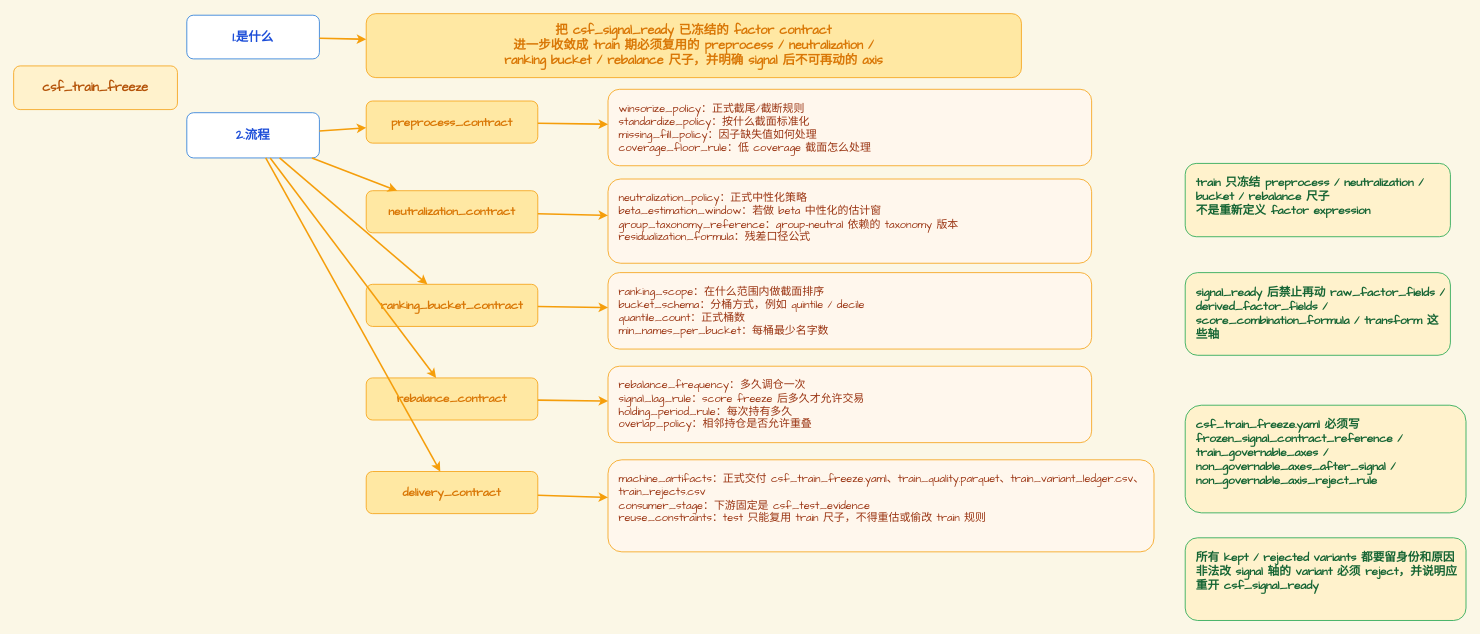
The draw.io diagram page "csf_train_freeze" (4 of 7) of docs/show/csf/image/01-02-idea-mandate-contracts.drawio in web3qt/quant-research-os, before the edit. Source tidied: cells renumbered, new cells numbered last; positions are measured from the earlier drawing's top-left corner, leaving out a move shared by most shapes. Both pictures are drawn from the tidied source at 78%, with x=0, y=0 at pixel (13, 13).
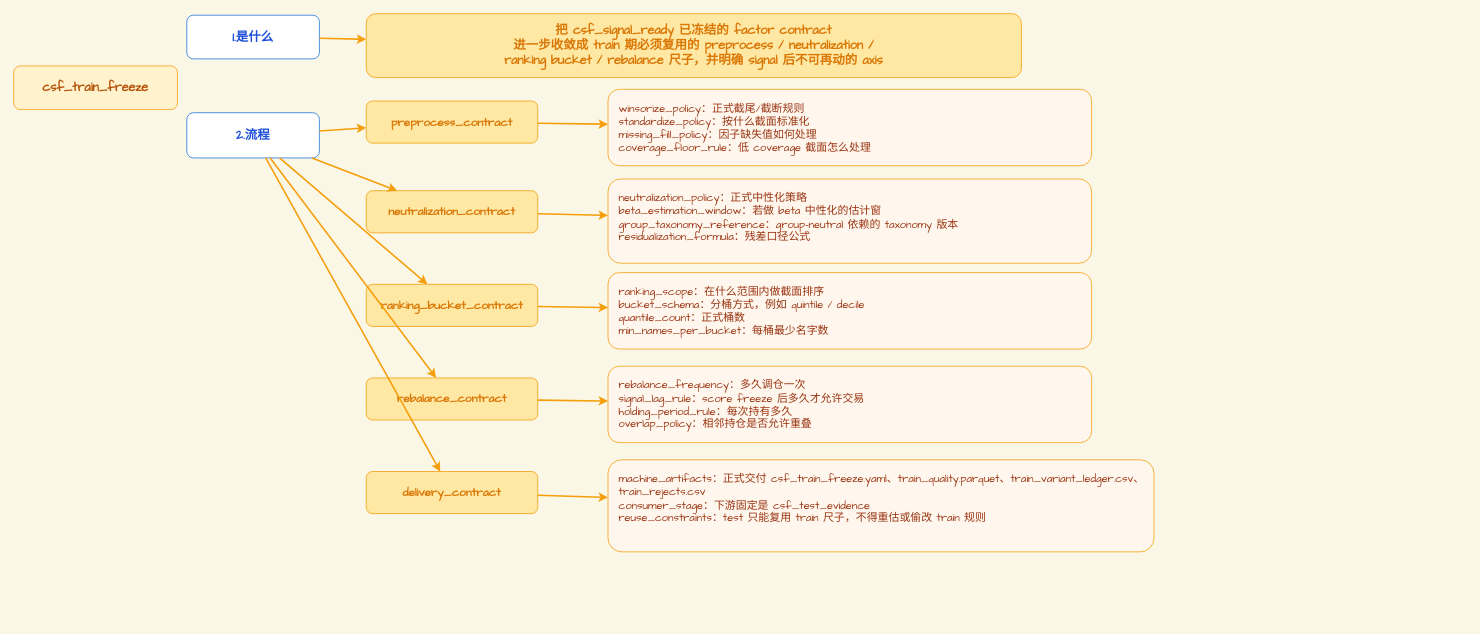
The same diagram, later.

Commit message (it also covers changes not shown here):
Explain the QROS system before asking new users to navigate it

The edit, as a diff of the source:
```diff
@@
-    <mxCell id="16" value="train 只冻结 preprocess / neutralization / bucket / rebalance 尺子&#10;不是重新定义 factor expression" style="rounded=1;whiteSpace=wrap;html=1;fillColor=#FFF2CC;strokeColor=#16A34A;fontColor=#166534;fontStyle=1;fontSize=15;fontFamily=Comic Sans MS;align=left;verticalAlign=top;spacingLeft=12;spacingTop=10;" parent="1" vertex="1">
-      <mxGeometry x="1502" y="192" width="340" height="94" as="geometry" />
-    </mxCell>
-    <mxCell id="17" value="signal_ready 后禁止再动 raw_factor_fields / derived_factor_fields /&#10;score_combination_formula / transform 这些轴" style="rounded=1;whiteSpace=wrap;html=1;fillColor=#FFF2CC;strokeColor=#16A34A;fontColor=#166534;fontStyle=1;fontSize=15;fontFamily=Comic Sans MS;align=left;verticalAlign=top;spacingLeft=12;spacingTop=10;" parent="1" vertex="1">
-      <mxGeometry x="1502" y="332" width="340" height="106" as="geometry" />
-    </mxCell>
-    <mxCell id="18" value="csf_train_freeze.yaml 必须写&#10;frozen_signal_contract_reference /&#10;train_governable_axes /&#10;non_governable_axes_after_signal /&#10;non_governable_axis_reject_rule" style="rounded=1;whiteSpace=wrap;html=1;fillColor=#FFF2CC;strokeColor=#16A34A;fontColor=#166534;fontStyle=1;fontSize=15;fontFamily=Comic Sans MS;align=left;verticalAlign=top;spacingLeft=12;spacingTop=10;" parent="1" vertex="1">
-      <mxGeometry x="1502" y="502" width="360" height="138" as="geometry" />
-    </mxCell>
-    <mxCell id="19" value="所有 kept / rejected variants 都要留身份和原因&#10;非法改 signal 轴的 variant 必须 reject，并说明应重开 csf_signal_ready" style="rounded=1;whiteSpace=wrap;html=1;fillColor=#FFF2CC;strokeColor=#16A34A;fontColor=#166534;fontStyle=1;fontSize=15;fontFamily=Comic Sans MS;align=left;verticalAlign=top;spacingLeft=12;spacingTop=10;" parent="1" vertex="1">
-      <mxGeometry x="1502" y="672" width="360" height="106" as="geometry" />
-    </mxCell>
```
